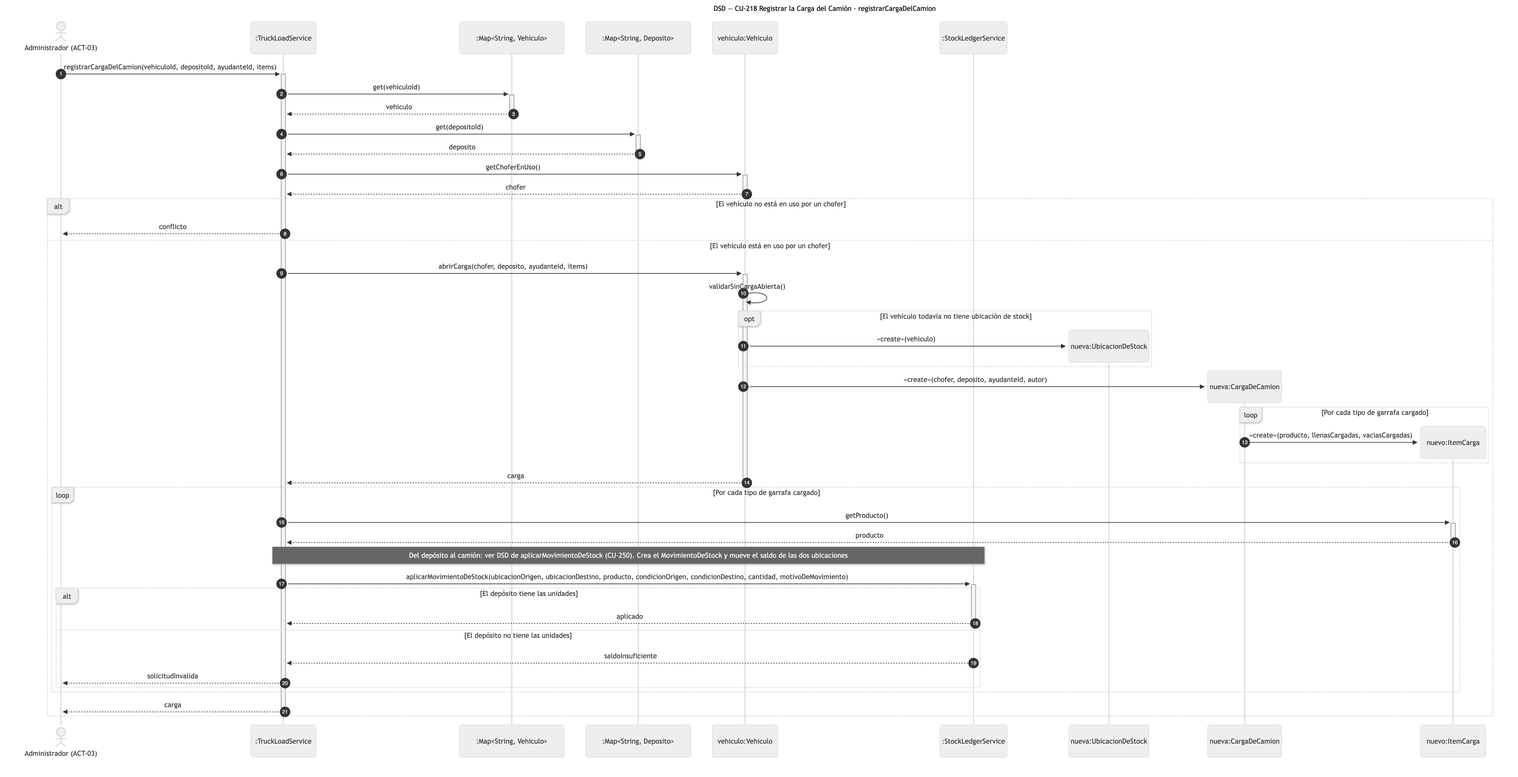
Before: diagramas/png/DSD_CU-218_registrarCargaDelCamion.png, a diagram exported from Mermaid (Nahuelito-Dev/splg-docs). Its source is kept beside it as diagramas/DSD_CU-218_registrarCargaDelCamion.mmd. Its diagram source:
```mermaid
sequenceDiagram
    title DSD — CU-218 Registrar la Carga del Camión · registrarCargaDelCamion
    autonumber
    actor ADM as Administrador (ACT-03)
    participant SRV as :TruckLoadService
    participant COLV as :Map#lt;String, Vehiculo#gt;
    participant COLD as :Map#lt;String, Deposito#gt;
    participant VEH as vehiculo:Vehiculo
    participant LED as :StockLedgerService

    ADM->>+SRV: registrarCargaDelCamion(vehiculoId, depositoId, ayudanteId, items)
    SRV->>+COLV: get(vehiculoId)
    COLV-->>-SRV: vehiculo
    SRV->>+COLD: get(depositoId)
    COLD-->>-SRV: deposito
    SRV->>+VEH: getChoferEnUso()
    VEH-->>-SRV: chofer
    alt El vehículo no está en uso por un chofer
        SRV-->>ADM: conflicto
    else El vehículo está en uso por un chofer
        SRV->>+VEH: abrirCarga(chofer, deposito, ayudanteId, items)
        VEH->>VEH: validarSinCargaAbierta()
        opt El vehículo todavía no tiene ubicación de stock
            create participant UBC as nueva:UbicacionDeStock
            VEH->>UBC: «create»(vehiculo)
        end
        create participant CAR as nueva:CargaDeCamion
        VEH->>CAR: «create»(chofer, deposito, ayudanteId, autor)
        loop Por cada tipo de garrafa cargado
            create participant ICA as nuevo:ItemCarga
            CAR->>ICA: «create»(producto, llenasCargadas, vaciasCargadas)
        end
        VEH-->>-SRV: carga
        loop Por cada tipo de garrafa cargado
            SRV->>+ICA: getProducto()
            ICA-->>-SRV: producto
            Note over SRV,LED: Del depósito al camión: ver DSD de aplicarMovimientoDeStock (CU-250). Crea el MovimientoDeStock y mueve el saldo de las dos ubicaciones
            SRV->>+LED: aplicarMovimientoDeStock(ubicacionOrigen, ubicacionDestino, producto, condicionOrigen, condicionDestino, cantidad, motivoDeMovimiento)
            alt El depósito tiene las unidades
                LED-->>-SRV: aplicado
            else El depósito no tiene las unidades
                LED-->>SRV: saldoInsuficiente
                SRV-->>ADM: solicitudInvalida
            end
        end
        SRV-->>ADM: carga
    end
    deactivate SRV
```
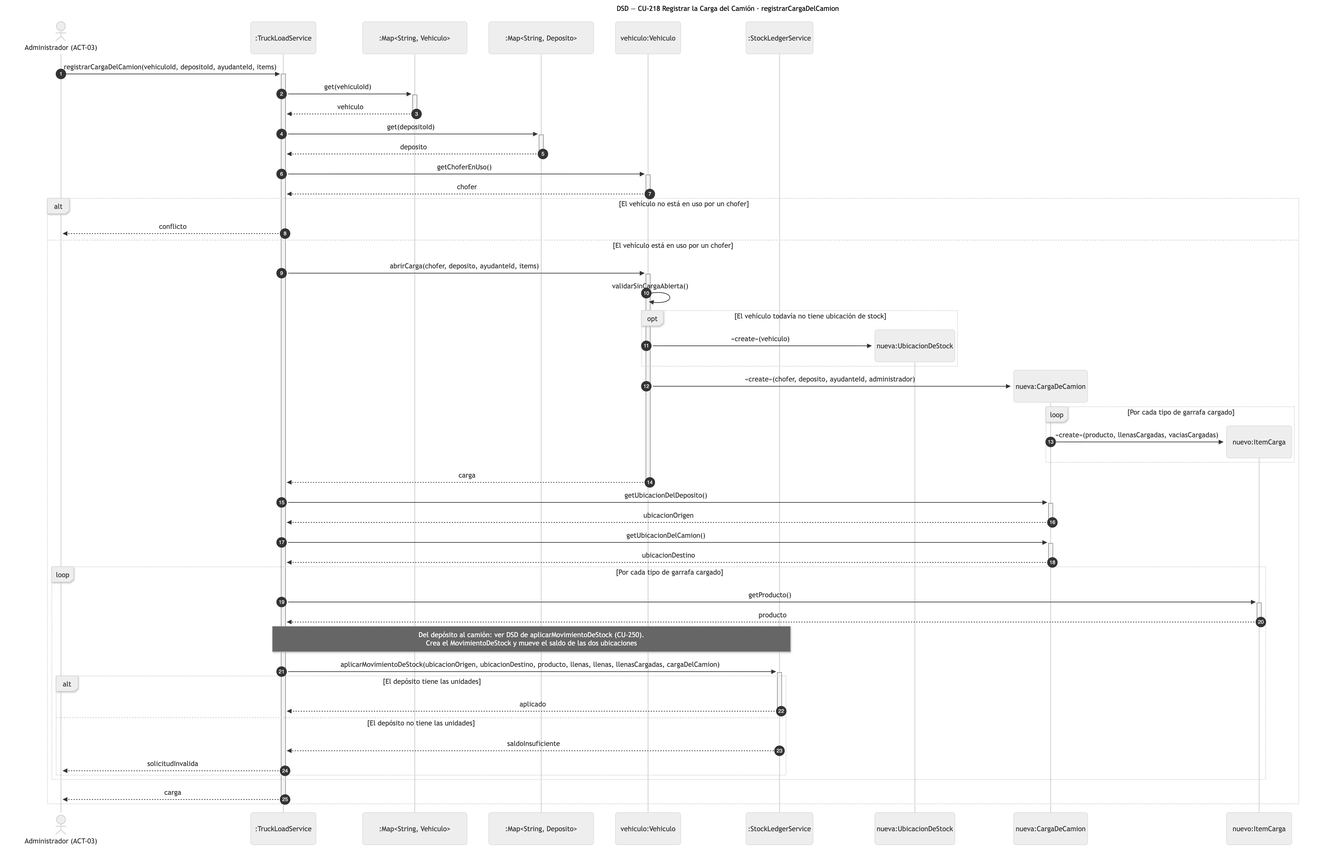
The same file after the commit.

Change to the diagram source:
```diff
@@ -25,17 +25,21 @@
             VEH->>UBC: «create»(vehiculo)
         end
         create participant CAR as nueva:CargaDeCamion
-        VEH->>CAR: «create»(chofer, deposito, ayudanteId, autor)
+        VEH->>CAR: «create»(chofer, deposito, ayudanteId, administrador)
         loop Por cada tipo de garrafa cargado
             create participant ICA as nuevo:ItemCarga
             CAR->>ICA: «create»(producto, llenasCargadas, vaciasCargadas)
         end
         VEH-->>-SRV: carga
+        SRV->>+CAR: getUbicacionDelDeposito()
+        CAR-->>-SRV: ubicacionOrigen
+        SRV->>+CAR: getUbicacionDelCamion()
+        CAR-->>-SRV: ubicacionDestino
         loop Por cada tipo de garrafa cargado
             SRV->>+ICA: getProducto()
             ICA-->>-SRV: producto
-            Note over SRV,LED: Del depósito al camión: ver DSD de aplicarMovimientoDeStock (CU-250). Crea el MovimientoDeStock y mueve el saldo de las dos ubicaciones
-            SRV->>+LED: aplicarMovimientoDeStock(ubicacionOrigen, ubicacionDestino, producto, condicionOrigen, condicionDestino, cantidad, motivoDeMovimiento)
+            Note over SRV,LED: Del depósito al camión: ver DSD de aplicarMovimientoDeStock (CU-250).<br/>Crea el MovimientoDeStock y mueve el saldo de las dos ubicaciones
+            SRV->>+LED: aplicarMovimientoDeStock(ubicacionOrigen, ubicacionDestino, producto, llenas, llenas, llenasCargadas, cargaDelCamion)
             alt El depósito tiene las unidades
                 LED-->>-SRV: aplicado
             else El depósito no tiene las unidades
```
